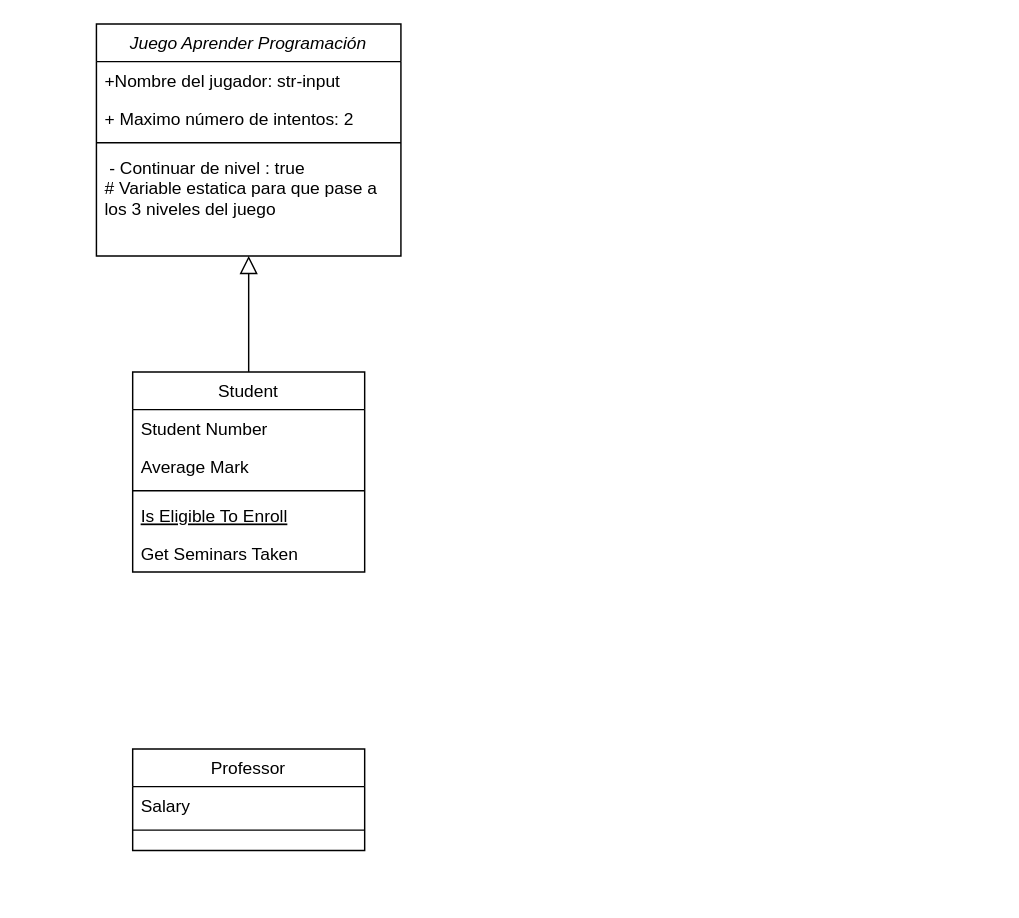
Before: Diagrama sin título.drawio in Daniela90-prog/Daniela.Programate, a draw.io diagram. Source tidied: cells renumbered, new cells numbered last; positions are measured from the earlier drawing's top-left corner, leaving out a move shared by most shapes. Both pictures are drawn from the tidied source at 145%, with x=0, y=0 at pixel (96, 23).
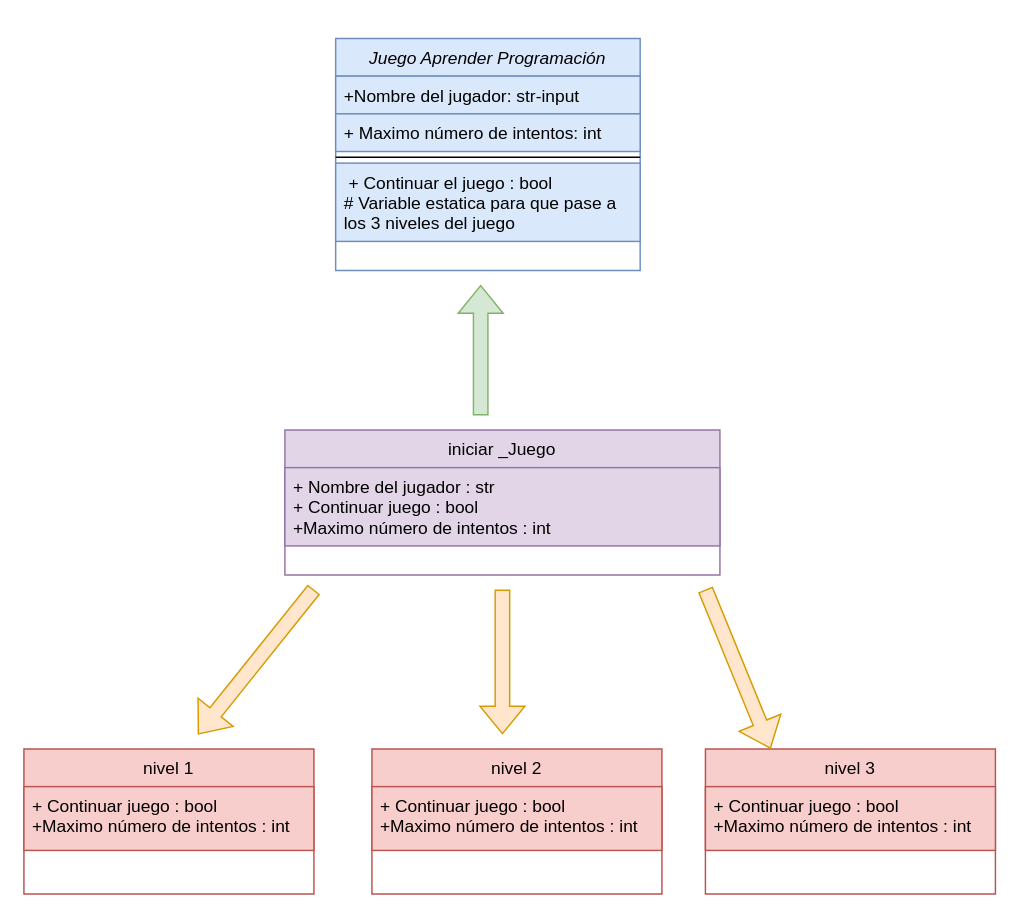
Above is the later version.

Diff of the diagram source:
```diff
@@
-    <mxCell id="2" value="Juego Aprender Programación" style="swimlane;fontStyle=2;align=center;verticalAlign=top;horizontal=1;startSize=26;rounded=0;shadow=0;strokeWidth=1;" parent="1" vertex="1">
-      <mxGeometry width="210" height="160" as="geometry" />
+    <mxCell id="2" value="Juego Aprender Programación" style="swimlane;fontStyle=2;align=center;verticalAlign=top;horizontal=1;startSize=26;rounded=0;shadow=0;strokeWidth=1;fillColor=#dae8fc;strokeColor=#6c8ebf;" parent="1" vertex="1">
+      <mxGeometry x="165" y="10" width="210" height="160" as="geometry" />
     </mxCell>
-    <mxCell id="3" value="+Nombre del jugador: str-input" style="text;align=left;verticalAlign=top;spacingLeft=4;spacingRight=4;overflow=hidden;" parent="2" vertex="1">
+    <mxCell id="3" value="+Nombre del jugador: str-input" style="text;align=left;verticalAlign=top;spacingLeft=4;spacingRight=4;overflow=hidden;fillColor=#dae8fc;strokeColor=#6c8ebf;" parent="2" vertex="1">
       <mxGeometry y="26" width="210" height="26" as="geometry" />
     </mxCell>
-    <mxCell id="4" value="+ Maximo número de intentos: 2" style="text;align=left;verticalAlign=top;spacingLeft=4;spacingRight=4;overflow=hidden;rounded=0;shadow=0;html=0;" parent="2" vertex="1">
+    <mxCell id="4" value="+ Maximo número de intentos: int" style="text;align=left;verticalAlign=top;spacingLeft=4;spacingRight=4;overflow=hidden;rounded=0;shadow=0;html=0;fillColor=#dae8fc;strokeColor=#6c8ebf;" parent="2" vertex="1">
       <mxGeometry y="52" width="210" height="26" as="geometry" />
     </mxCell>
@@
-    <mxCell id="6" value=" - Continuar de nivel : true&#10;# Variable estatica para que pase a &#10;los 3 niveles del juego&#10;&#10;" style="text;align=left;verticalAlign=top;spacingLeft=4;spacingRight=4;overflow=hidden;" parent="2" vertex="1">
+    <mxCell id="6" value=" + Continuar el juego : bool&#10;# Variable estatica para que pase a &#10;los 3 niveles del juego&#10;&#10;" style="text;align=left;verticalAlign=top;spacingLeft=4;spacingRight=4;overflow=hidden;fillColor=#dae8fc;strokeColor=#6c8ebf;" parent="2" vertex="1">
       <mxGeometry y="86" width="210" height="54" as="geometry" />
     </mxCell>
-    <mxCell id="7" value="Student" style="swimlane;fontStyle=0;align=center;verticalAlign=top;horizontal=1;startSize=26;rounded=0;shadow=0;strokeWidth=1;" parent="1" vertex="1">
-      <mxGeometry x="25" y="240" width="160" height="138" as="geometry" />
+    <mxCell id="7" value="iniciar _Juego" style="swimlane;fontStyle=0;align=center;verticalAlign=top;horizontal=1;startSize=26;rounded=0;shadow=0;strokeWidth=1;fillColor=#e1d5e7;strokeColor=#9673a6;" parent="1" vertex="1">
+      <mxGeometry x="130" y="280" width="300" height="100" as="geometry" />
     </mxCell>
-    <mxCell id="8" value="Student Number" style="text;align=left;verticalAlign=top;spacingLeft=4;spacingRight=4;overflow=hidden;" parent="7" vertex="1">
-      <mxGeometry y="26" width="160" height="26" as="geometry" />
+    <mxCell id="8" value="+ Nombre del jugador : str&#10;+ Continuar juego : bool&#10;+Maximo número de intentos : int" style="text;align=left;verticalAlign=top;spacingLeft=4;spacingRight=4;overflow=hidden;fillColor=#e1d5e7;strokeColor=#9673a6;" parent="7" vertex="1">
+      <mxGeometry y="26" width="300" height="54" as="geometry" />
     </mxCell>
-    <mxCell id="9" value="Average Mark" style="text;align=left;verticalAlign=top;spacingLeft=4;spacingRight=4;overflow=hidden;rounded=0;shadow=0;html=0;" parent="7" vertex="1">
-      <mxGeometry y="52" width="160" height="26" as="geometry" />
-    </mxCell>
-    <mxCell id="10" style="line;html=1;strokeWidth=1;align=left;verticalAlign=middle;spacingTop=-1;spacingLeft=3;spacingRight=3;labelPosition=right;" parent="7" vertex="1">
-      <mxGeometry y="78" width="160" height="8" as="geometry" />
-    </mxCell>
-    <mxCell id="11" value="Is Eligible To Enroll" style="text;align=left;verticalAlign=top;spacingLeft=4;spacingRight=4;overflow=hidden;fontStyle=4;" parent="7" vertex="1">
-      <mxGeometry y="86" width="160" height="26" as="geometry" />
-    </mxCell>
-    <mxCell id="12" value="Get Seminars Taken" style="text;align=left;verticalAlign=top;spacingLeft=4;spacingRight=4;overflow=hidden;" parent="7" vertex="1">
-      <mxGeometry y="112" width="160" height="26" as="geometry" />
-    </mxCell>
-    <mxCell id="13" style="endArrow=block;endSize=10;endFill=0;shadow=0;strokeWidth=1;rounded=0;edgeStyle=elbowEdgeStyle;elbow=vertical;" parent="1" edge="1" source="7" target="2">
-      <mxGeometry relative="1" as="geometry" />
-    </mxCell>
-    <mxCell id="14" value="Professor" style="swimlane;fontStyle=0;align=center;verticalAlign=top;horizontal=1;startSize=26;rounded=0;shadow=0;strokeWidth=1;" parent="1" vertex="1">
-      <mxGeometry x="25" y="500" width="160" height="70" as="geometry" />
-    </mxCell>
-    <mxCell id="15" value="Salary" style="text;align=left;verticalAlign=top;spacingLeft=4;spacingRight=4;overflow=hidden;" parent="14" vertex="1">
-      <mxGeometry y="26" width="160" height="26" as="geometry" />
-    </mxCell>
-    <mxCell id="16" style="line;html=1;strokeWidth=1;align=left;verticalAlign=middle;spacingTop=-1;spacingLeft=3;spacingRight=3;labelPosition=right;" parent="14" vertex="1">
-      <mxGeometry y="52" width="160" height="8" as="geometry" />
-    </mxCell>
+    <mxCell id="17" value="nivel 1" style="swimlane;fontStyle=0;align=center;verticalAlign=top;horizontal=1;startSize=26;rounded=0;shadow=0;strokeWidth=1;fillColor=#f8cecc;strokeColor=#b85450;" parent="1" vertex="1">
+      <mxGeometry x="-50" y="500" width="200" height="100" as="geometry" />
+    </mxCell>
+    <mxCell id="18" value="+ Continuar juego : bool&#10;+Maximo número de intentos : int" style="text;align=left;verticalAlign=top;spacingLeft=4;spacingRight=4;overflow=hidden;fillColor=#f8cecc;strokeColor=#b85450;" parent="17" vertex="1">
+      <mxGeometry y="26" width="200" height="44" as="geometry" />
+    </mxCell>
+    <mxCell id="19" value="nivel 2" style="swimlane;fontStyle=0;align=center;verticalAlign=top;horizontal=1;startSize=26;rounded=0;shadow=0;strokeWidth=1;fillColor=#f8cecc;strokeColor=#b85450;" parent="1" vertex="1">
+      <mxGeometry x="190" y="500" width="200" height="100" as="geometry" />
+    </mxCell>
+    <mxCell id="20" value="+ Continuar juego : bool&#10;+Maximo número de intentos : int" style="text;align=left;verticalAlign=top;spacingLeft=4;spacingRight=4;overflow=hidden;fillColor=#f8cecc;strokeColor=#b85450;" parent="19" vertex="1">
+      <mxGeometry y="26" width="200" height="44" as="geometry" />
+    </mxCell>
+    <mxCell id="21" value="nivel 3" style="swimlane;fontStyle=0;align=center;verticalAlign=top;horizontal=1;startSize=26;rounded=0;shadow=0;strokeWidth=1;fillColor=#f8cecc;strokeColor=#b85450;" parent="1" vertex="1">
+      <mxGeometry x="420" y="500" width="200" height="100" as="geometry" />
+    </mxCell>
+    <mxCell id="22" value="+ Continuar juego : bool&#10;+Maximo número de intentos : int" style="text;align=left;verticalAlign=top;spacingLeft=4;spacingRight=4;overflow=hidden;fillColor=#f8cecc;strokeColor=#b85450;" parent="21" vertex="1">
+      <mxGeometry y="26" width="200" height="44" as="geometry" />
+    </mxCell>
+    <mxCell id="23" style="shape=flexArrow;endArrow=classic;html=1;rounded=0;fillColor=#ffe6cc;strokeColor=#d79b00;" parent="1" edge="1">
+      <mxGeometry relative="1" as="geometry">
+        <mxPoint x="150" y="390" as="sourcePoint" />
+        <mxPoint x="70" y="490" as="targetPoint" />
+      </mxGeometry>
+    </mxCell>
+    <mxCell id="24" style="shape=flexArrow;endArrow=classic;html=1;rounded=0;fillColor=#ffe6cc;strokeColor=#d79b00;" parent="1" edge="1">
+      <mxGeometry relative="1" as="geometry">
+        <mxPoint x="420" y="390" as="sourcePoint" />
+        <mxPoint x="465" y="500" as="targetPoint" />
+      </mxGeometry>
+    </mxCell>
+    <mxCell id="25" style="shape=flexArrow;endArrow=classic;html=1;rounded=0;fillColor=#ffe6cc;strokeColor=#d79b00;" parent="1" edge="1">
+      <mxGeometry relative="1" as="geometry">
+        <mxPoint x="280" y="390" as="sourcePoint" />
+        <mxPoint x="280" y="490" as="targetPoint" />
+      </mxGeometry>
+    </mxCell>
+    <mxCell id="26" style="shape=flexArrow;endArrow=classic;html=1;rounded=0;fillColor=#d5e8d4;strokeColor=#82b366;" parent="1" edge="1">
+      <mxGeometry relative="1" as="geometry">
+        <mxPoint x="265" y="270" as="sourcePoint" />
+        <mxPoint x="265" y="180" as="targetPoint" />
+      </mxGeometry>
+    </mxCell>
```
